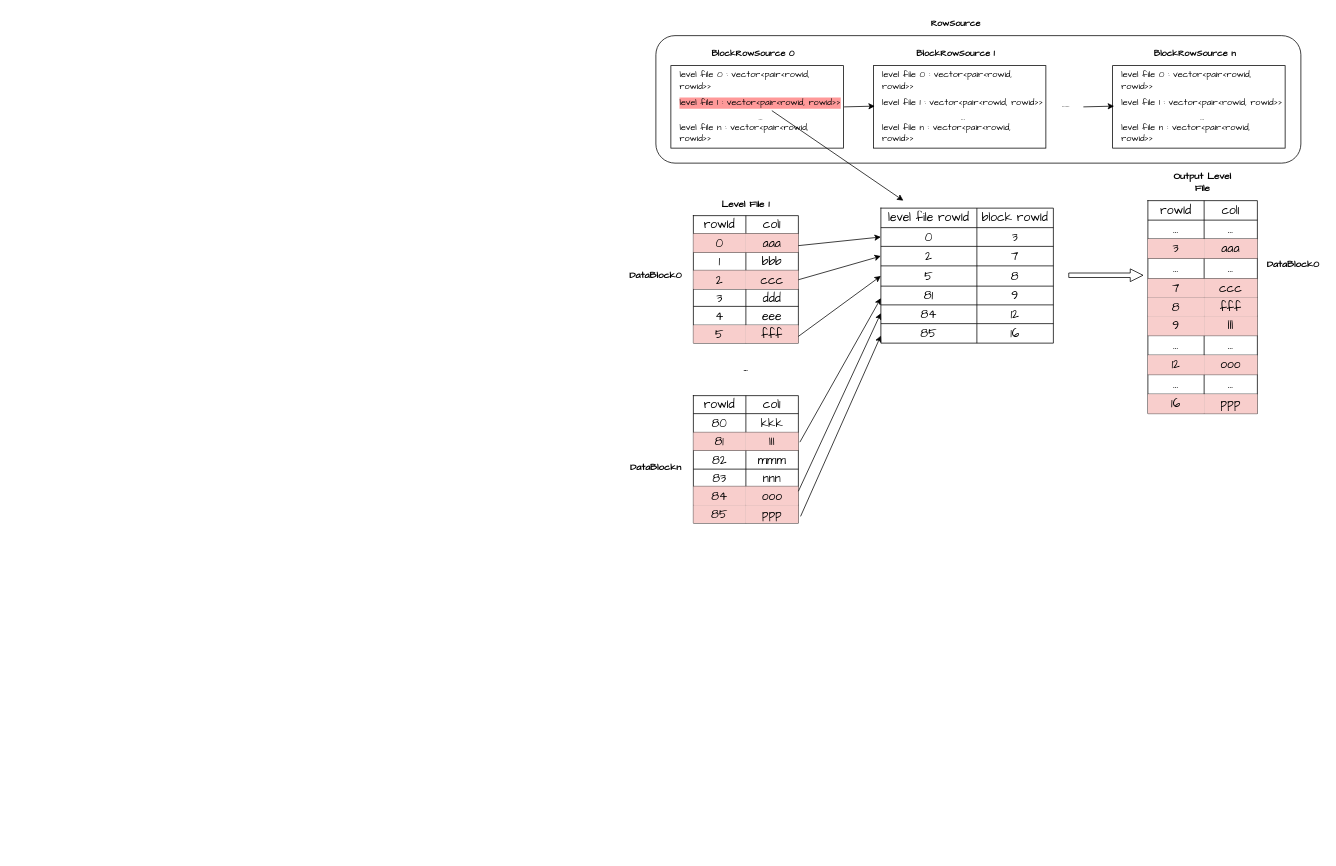
Above: compact.drawio in yeqiyi/drawIO (draw.io), before the change. Source tidied: cells renumbered, new cells numbered last; positions are measured from the earlier drawing's top-left corner, leaving out a move shared by most shapes. Both pictures are drawn from the tidied source at 75%, with x=0, y=0 at pixel (626, 13).
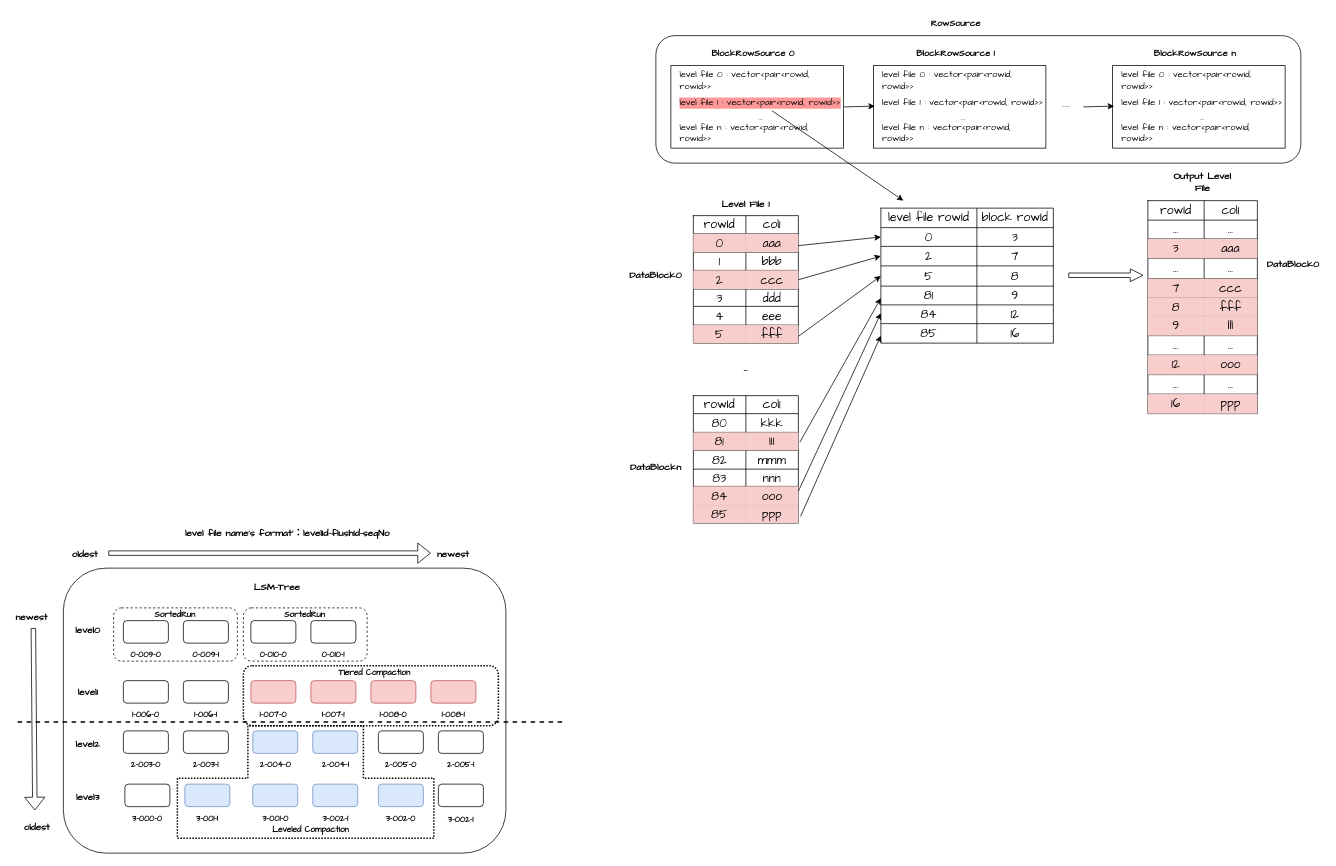
The same diagram, later.

The edit, as a diff of the source:
```diff
@@
+    <mxCell id="139" style="rounded=1;whiteSpace=wrap;html=1;fillColor=none;" parent="1" vertex="1">
+      <mxGeometry x="-750" y="740" width="590" height="380" as="geometry" />
+    </mxCell>
+    <mxCell id="140" style="shape=tee;whiteSpace=wrap;html=1;rotation=-180;fillColor=none;dashed=1;dx=154;dy=80;strokeWidth=2;dashPattern=1 1;" parent="1" vertex="1">
+      <mxGeometry x="-598" y="950" width="342" height="150" as="geometry" />
+    </mxCell>
+    <mxCell id="141" style="rounded=1;whiteSpace=wrap;html=1;fillColor=none;dashed=1;strokeWidth=2;dashPattern=1 1;" parent="1" vertex="1">
+      <mxGeometry x="-510" y="870" width="340" height="80" as="geometry" />
+    </mxCell>
+    <mxCell id="142" style="rounded=1;whiteSpace=wrap;html=1;fillColor=none;dashed=1;" parent="1" vertex="1">
+      <mxGeometry x="-510" y="793" width="165" height="71" as="geometry" />
+    </mxCell>
+    <mxCell id="143" style="rounded=1;whiteSpace=wrap;html=1;fillColor=none;dashed=1;" parent="1" vertex="1">
+      <mxGeometry x="-683" y="793" width="165" height="71" as="geometry" />
+    </mxCell>
@@
+    <mxCell id="144" style="rounded=1;whiteSpace=wrap;html=1;" parent="1" vertex="1">
+      <mxGeometry x="-670" y="810" width="60" height="30" as="geometry" />
+    </mxCell>
+    <mxCell id="145" value="&lt;font style=&quot;font-size: 11px;&quot;&gt;0-009-0&lt;/font&gt;" style="text;html=1;align=center;verticalAlign=middle;whiteSpace=wrap;rounded=0;fontFamily=Comic Sans MS;fontStyle=1;fontSize=11;" parent="1" vertex="1">
+      <mxGeometry x="-680" y="840" width="80" height="30" as="geometry" />
+    </mxCell>
+    <mxCell id="146" value="&lt;font style=&quot;font-size: 13px;&quot;&gt;level file name‘s format’：levelId-flushId-seqNo&lt;/font&gt;" style="text;html=1;align=center;verticalAlign=middle;whiteSpace=wrap;rounded=0;fontFamily=Comic Sans MS;fontStyle=1;fontSize=13;" parent="1" vertex="1">
+      <mxGeometry x="-632" y="680" width="362" height="25" as="geometry" />
+    </mxCell>
+    <mxCell id="147" value="LSM-Tree" style="text;html=1;align=center;verticalAlign=middle;whiteSpace=wrap;rounded=0;fontFamily=Comic Sans MS;fontStyle=1;fontSize=13;" parent="1" vertex="1">
+      <mxGeometry x="-580" y="750" width="230" height="30" as="geometry" />
+    </mxCell>
+    <mxCell id="148" value="level0" style="text;html=1;align=center;verticalAlign=middle;whiteSpace=wrap;rounded=0;fontFamily=Comic Sans MS;fontStyle=1;fontSize=13;" parent="1" vertex="1">
+      <mxGeometry x="-742" y="808" width="50" height="30" as="geometry" />
+    </mxCell>
+    <mxCell id="149" style="rounded=1;whiteSpace=wrap;html=1;" parent="1" vertex="1">
+      <mxGeometry x="-590" y="810" width="60" height="30" as="geometry" />
+    </mxCell>
+    <mxCell id="150" value="&lt;font style=&quot;font-size: 11px;&quot;&gt;0-009-1&lt;/font&gt;" style="text;html=1;align=center;verticalAlign=middle;whiteSpace=wrap;rounded=0;fontFamily=Comic Sans MS;fontStyle=1;fontSize=11;" parent="1" vertex="1">
+      <mxGeometry x="-600" y="840" width="80" height="30" as="geometry" />
+    </mxCell>
+    <mxCell id="151" style="rounded=1;whiteSpace=wrap;html=1;" parent="1" vertex="1">
+      <mxGeometry x="-500" y="810" width="60" height="30" as="geometry" />
+    </mxCell>
+    <mxCell id="152" value="&lt;font style=&quot;font-size: 11px;&quot;&gt;0-010-0&lt;/font&gt;" style="text;html=1;align=center;verticalAlign=middle;whiteSpace=wrap;rounded=0;fontFamily=Comic Sans MS;fontStyle=1;fontSize=11;" parent="1" vertex="1">
+      <mxGeometry x="-510" y="840" width="80" height="30" as="geometry" />
+    </mxCell>
+    <mxCell id="153" value="&lt;font style=&quot;font-size: 11px;&quot;&gt;0-010-1&lt;/font&gt;" style="text;html=1;align=center;verticalAlign=middle;whiteSpace=wrap;rounded=0;fontFamily=Comic Sans MS;fontStyle=1;fontSize=11;" parent="1" vertex="1">
+      <mxGeometry x="-430" y="840" width="80" height="30" as="geometry" />
+    </mxCell>
+    <mxCell id="154" style="rounded=1;whiteSpace=wrap;html=1;" parent="1" vertex="1">
+      <mxGeometry x="-420" y="810" width="60" height="30" as="geometry" />
+    </mxCell>
+    <mxCell id="155" style="shape=flexArrow;endArrow=classic;html=1;rounded=0;width=6;endSize=5.34;" parent="1" edge="1">
+      <mxGeometry relative="1" as="geometry">
+        <mxPoint x="-690" y="720" as="sourcePoint" />
+        <mxPoint x="-260" y="720" as="targetPoint" />
+      </mxGeometry>
+    </mxCell>
+    <mxCell id="156" value="newest" style="text;html=1;align=center;verticalAlign=middle;whiteSpace=wrap;rounded=0;fontFamily=Comic Sans MS;fontStyle=1;fontSize=13;" parent="1" vertex="1">
+      <mxGeometry x="-255" y="706" width="50" height="30" as="geometry" />
+    </mxCell>
+    <mxCell id="157" value="oldest" style="text;html=1;align=center;verticalAlign=middle;whiteSpace=wrap;rounded=0;fontFamily=Comic Sans MS;fontStyle=1;fontSize=13;" parent="1" vertex="1">
+      <mxGeometry x="-746" y="706" width="50" height="30" as="geometry" />
+    </mxCell>
+    <mxCell id="158" style="shape=flexArrow;endArrow=classic;html=1;rounded=0;width=6;endSize=5.34;" parent="1" edge="1">
+      <mxGeometry relative="1" as="geometry">
+        <mxPoint x="-790" y="820" as="sourcePoint" />
+        <mxPoint x="-788" y="1063" as="targetPoint" />
+      </mxGeometry>
+    </mxCell>
+    <mxCell id="159" value="newest" style="text;html=1;align=center;verticalAlign=middle;whiteSpace=wrap;rounded=0;fontFamily=Comic Sans MS;fontStyle=1;fontSize=13;" parent="1" vertex="1">
+      <mxGeometry x="-817" y="790" width="50" height="30" as="geometry" />
+    </mxCell>
+    <mxCell id="160" value="oldest" style="text;html=1;align=center;verticalAlign=middle;whiteSpace=wrap;rounded=0;fontFamily=Comic Sans MS;fontStyle=1;fontSize=13;" parent="1" vertex="1">
+      <mxGeometry x="-810" y="1070" width="50" height="30" as="geometry" />
+    </mxCell>
+    <mxCell id="161" value="level1" style="text;html=1;align=center;verticalAlign=middle;whiteSpace=wrap;rounded=0;fontFamily=Comic Sans MS;fontStyle=1;fontSize=13;" parent="1" vertex="1">
+      <mxGeometry x="-742" y="890" width="50" height="30" as="geometry" />
+    </mxCell>
+    <mxCell id="162" value="level2" style="text;html=1;align=center;verticalAlign=middle;whiteSpace=wrap;rounded=0;fontFamily=Comic Sans MS;fontStyle=1;fontSize=13;" parent="1" vertex="1">
+      <mxGeometry x="-742" y="960" width="50" height="30" as="geometry" />
+    </mxCell>
+    <mxCell id="163" value="level3" style="text;html=1;align=center;verticalAlign=middle;whiteSpace=wrap;rounded=0;fontFamily=Comic Sans MS;fontStyle=1;fontSize=13;" parent="1" vertex="1">
+      <mxGeometry x="-742" y="1030" width="50" height="30" as="geometry" />
+    </mxCell>
+    <mxCell id="164" value="&lt;font style=&quot;font-size: 11px;&quot;&gt;SortedRun&lt;/font&gt;" style="text;html=1;align=center;verticalAlign=middle;whiteSpace=wrap;rounded=0;fontFamily=Comic Sans MS;fontStyle=1;fontSize=11;" parent="1" vertex="1">
+      <mxGeometry x="-641" y="787" width="80" height="30" as="geometry" />
+    </mxCell>
+    <mxCell id="165" value="&lt;font style=&quot;font-size: 11px;&quot;&gt;SortedRun&lt;/font&gt;" style="text;html=1;align=center;verticalAlign=middle;whiteSpace=wrap;rounded=0;fontFamily=Comic Sans MS;fontStyle=1;fontSize=11;" parent="1" vertex="1">
+      <mxGeometry x="-468" y="787" width="80" height="30" as="geometry" />
+    </mxCell>
+    <mxCell id="166" style="rounded=1;whiteSpace=wrap;html=1;" parent="1" vertex="1">
+      <mxGeometry x="-670" y="890" width="60" height="30" as="geometry" />
+    </mxCell>
+    <mxCell id="167" style="rounded=1;whiteSpace=wrap;html=1;" parent="1" vertex="1">
+      <mxGeometry x="-590" y="890" width="60" height="30" as="geometry" />
+    </mxCell>
+    <mxCell id="168" value="&lt;font style=&quot;font-size: 11px;&quot;&gt;1-006-0&lt;/font&gt;" style="text;html=1;align=center;verticalAlign=middle;whiteSpace=wrap;rounded=0;fontFamily=Comic Sans MS;fontStyle=1;fontSize=11;" parent="1" vertex="1">
+      <mxGeometry x="-680" y="920" width="80" height="30" as="geometry" />
+    </mxCell>
+    <mxCell id="169" value="&lt;font style=&quot;font-size: 11px;&quot;&gt;1-006-1&lt;/font&gt;" style="text;html=1;align=center;verticalAlign=middle;whiteSpace=wrap;rounded=0;fontFamily=Comic Sans MS;fontStyle=1;fontSize=11;" parent="1" vertex="1">
+      <mxGeometry x="-600" y="920" width="80" height="30" as="geometry" />
+    </mxCell>
+    <mxCell id="170" style="rounded=1;whiteSpace=wrap;html=1;fillColor=#f8cecc;strokeColor=#b85450;" parent="1" vertex="1">
+      <mxGeometry x="-420" y="890" width="60" height="30" as="geometry" />
+    </mxCell>
+    <mxCell id="171" value="&lt;font style=&quot;font-size: 11px;&quot;&gt;1-007-1&lt;/font&gt;" style="text;html=1;align=center;verticalAlign=middle;whiteSpace=wrap;rounded=0;fontFamily=Comic Sans MS;fontStyle=1;fontSize=11;" parent="1" vertex="1">
+      <mxGeometry x="-430" y="920" width="80" height="30" as="geometry" />
+    </mxCell>
+    <mxCell id="172" style="rounded=1;whiteSpace=wrap;html=1;fillColor=#f8cecc;strokeColor=#b85450;" parent="1" vertex="1">
+      <mxGeometry x="-500" y="890" width="60" height="30" as="geometry" />
+    </mxCell>
+    <mxCell id="173" value="&lt;font style=&quot;font-size: 11px;&quot;&gt;1-007-0&lt;/font&gt;" style="text;html=1;align=center;verticalAlign=middle;whiteSpace=wrap;rounded=0;fontFamily=Comic Sans MS;fontStyle=1;fontSize=11;" parent="1" vertex="1">
+      <mxGeometry x="-510" y="920" width="80" height="30" as="geometry" />
+    </mxCell>
+    <mxCell id="174" style="rounded=1;whiteSpace=wrap;html=1;" parent="1" vertex="1">
+      <mxGeometry x="-590" y="957" width="60" height="30" as="geometry" />
+    </mxCell>
+    <mxCell id="175" value="&lt;font style=&quot;font-size: 11px;&quot;&gt;2-003-1&lt;/font&gt;" style="text;html=1;align=center;verticalAlign=middle;whiteSpace=wrap;rounded=0;fontFamily=Comic Sans MS;fontStyle=1;fontSize=11;" parent="1" vertex="1">
+      <mxGeometry x="-600" y="987" width="80" height="30" as="geometry" />
+    </mxCell>
+    <mxCell id="176" style="rounded=1;whiteSpace=wrap;html=1;" parent="1" vertex="1">
+      <mxGeometry x="-670" y="957" width="60" height="30" as="geometry" />
+    </mxCell>
+    <mxCell id="177" value="&lt;font style=&quot;font-size: 11px;&quot;&gt;2-003-0&lt;/font&gt;" style="text;html=1;align=center;verticalAlign=middle;whiteSpace=wrap;rounded=0;fontFamily=Comic Sans MS;fontStyle=1;fontSize=11;" parent="1" vertex="1">
+      <mxGeometry x="-680" y="987" width="80" height="30" as="geometry" />
+    </mxCell>
+    <mxCell id="178" style="rounded=1;whiteSpace=wrap;html=1;fillColor=#dae8fc;strokeColor=#6c8ebf;" parent="1" vertex="1">
+      <mxGeometry x="-417.5" y="957" width="60" height="30" as="geometry" />
+    </mxCell>
+    <mxCell id="179" value="&lt;font style=&quot;font-size: 11px;&quot;&gt;2-004-1&lt;/font&gt;" style="text;html=1;align=center;verticalAlign=middle;whiteSpace=wrap;rounded=0;fontFamily=Comic Sans MS;fontStyle=1;fontSize=11;" parent="1" vertex="1">
+      <mxGeometry x="-427.5" y="987" width="80" height="30" as="geometry" />
+    </mxCell>
+    <mxCell id="180" style="rounded=1;whiteSpace=wrap;html=1;fillColor=#dae8fc;strokeColor=#6c8ebf;" parent="1" vertex="1">
+      <mxGeometry x="-497.5" y="957" width="60" height="30" as="geometry" />
+    </mxCell>
+    <mxCell id="181" value="&lt;font style=&quot;font-size: 11px;&quot;&gt;2-004-0&lt;/font&gt;" style="text;html=1;align=center;verticalAlign=middle;whiteSpace=wrap;rounded=0;fontFamily=Comic Sans MS;fontStyle=1;fontSize=11;" parent="1" vertex="1">
+      <mxGeometry x="-507.5" y="987" width="80" height="30" as="geometry" />
+    </mxCell>
+    <mxCell id="182" style="rounded=1;whiteSpace=wrap;html=1;fillColor=#dae8fc;strokeColor=#6c8ebf;" parent="1" vertex="1">
+      <mxGeometry x="-588" y="1028" width="60" height="30" as="geometry" />
+    </mxCell>
+    <mxCell id="183" value="&lt;font style=&quot;font-size: 11px;&quot;&gt;3-001-1&lt;/font&gt;" style="text;html=1;align=center;verticalAlign=middle;whiteSpace=wrap;rounded=0;fontFamily=Comic Sans MS;fontStyle=1;fontSize=11;" parent="1" vertex="1">
+      <mxGeometry x="-598" y="1058" width="80" height="30" as="geometry" />
+    </mxCell>
+    <mxCell id="184" style="rounded=1;whiteSpace=wrap;html=1;" parent="1" vertex="1">
+      <mxGeometry x="-668" y="1028" width="60" height="30" as="geometry" />
+    </mxCell>
+    <mxCell id="185" value="&lt;font style=&quot;font-size: 11px;&quot;&gt;3-000-0&lt;/font&gt;" style="text;html=1;align=center;verticalAlign=middle;whiteSpace=wrap;rounded=0;fontFamily=Comic Sans MS;fontStyle=1;fontSize=11;" parent="1" vertex="1">
+      <mxGeometry x="-678" y="1058" width="80" height="30" as="geometry" />
+    </mxCell>
+    <mxCell id="186" style="rounded=1;whiteSpace=wrap;html=1;fillColor=#dae8fc;strokeColor=#6c8ebf;" parent="1" vertex="1">
+      <mxGeometry x="-417.5" y="1028" width="60" height="30" as="geometry" />
+    </mxCell>
+    <mxCell id="187" value="&lt;font style=&quot;font-size: 11px;&quot;&gt;3-002-1&lt;/font&gt;" style="text;html=1;align=center;verticalAlign=middle;whiteSpace=wrap;rounded=0;fontFamily=Comic Sans MS;fontStyle=1;fontSize=11;" parent="1" vertex="1">
+      <mxGeometry x="-427.5" y="1058" width="80" height="30" as="geometry" />
+    </mxCell>
+    <mxCell id="188" style="rounded=1;whiteSpace=wrap;html=1;fillColor=#dae8fc;strokeColor=#6c8ebf;" parent="1" vertex="1">
+      <mxGeometry x="-497.5" y="1028" width="60" height="30" as="geometry" />
+    </mxCell>
+    <mxCell id="189" value="&lt;font style=&quot;font-size: 11px;&quot;&gt;3-001-0&lt;/font&gt;" style="text;html=1;align=center;verticalAlign=middle;whiteSpace=wrap;rounded=0;fontFamily=Comic Sans MS;fontStyle=1;fontSize=11;" parent="1" vertex="1">
+      <mxGeometry x="-507.5" y="1058" width="80" height="30" as="geometry" />
+    </mxCell>
+    <mxCell id="190" style="rounded=1;whiteSpace=wrap;html=1;fillColor=#f8cecc;strokeColor=#b85450;" parent="1" vertex="1">
+      <mxGeometry x="-340" y="890" width="60" height="30" as="geometry" />
+    </mxCell>
+    <mxCell id="191" style="rounded=1;whiteSpace=wrap;html=1;fillColor=#f8cecc;strokeColor=#b85450;" parent="1" vertex="1">
+      <mxGeometry x="-260" y="890" width="60" height="30" as="geometry" />
+    </mxCell>
+    <mxCell id="192" value="&lt;font style=&quot;font-size: 11px;&quot;&gt;1-008-1&lt;/font&gt;" style="text;html=1;align=center;verticalAlign=middle;whiteSpace=wrap;rounded=0;fontFamily=Comic Sans MS;fontStyle=1;fontSize=11;" parent="1" vertex="1">
+      <mxGeometry x="-270" y="920" width="80" height="30" as="geometry" />
+    </mxCell>
+    <mxCell id="193" value="&lt;font style=&quot;font-size: 11px;&quot;&gt;1-008-0&lt;/font&gt;" style="text;html=1;align=center;verticalAlign=middle;whiteSpace=wrap;rounded=0;fontFamily=Comic Sans MS;fontStyle=1;fontSize=11;" parent="1" vertex="1">
+      <mxGeometry x="-350" y="920" width="80" height="30" as="geometry" />
+    </mxCell>
+    <mxCell id="194" value="&lt;font style=&quot;font-size: 11px;&quot;&gt;Tiered Compaction&lt;/font&gt;" style="text;html=1;align=center;verticalAlign=middle;whiteSpace=wrap;rounded=0;fontFamily=Comic Sans MS;fontStyle=1;fontSize=11;" parent="1" vertex="1">
+      <mxGeometry x="-400" y="864" width="130" height="30" as="geometry" />
+    </mxCell>
+    <mxCell id="195" style="endArrow=none;dashed=1;html=1;strokeWidth=2;rounded=0;" parent="1" edge="1">
+      <mxGeometry relative="1" as="geometry">
+        <mxPoint x="-811" y="945" as="sourcePoint" />
+        <mxPoint x="-81" y="945" as="targetPoint" />
+      </mxGeometry>
+    </mxCell>
+    <mxCell id="196" value="&lt;font style=&quot;font-size: 11px;&quot;&gt;Leveled Compaction&lt;/font&gt;" style="text;html=1;align=center;verticalAlign=middle;whiteSpace=wrap;rounded=0;fontFamily=Comic Sans MS;fontStyle=1;fontSize=11;" parent="1" vertex="1">
+      <mxGeometry x="-480" y="1073" width="120" height="30" as="geometry" />
+    </mxCell>
+    <mxCell id="197" style="rounded=1;whiteSpace=wrap;html=1;" parent="1" vertex="1">
+      <mxGeometry x="-250" y="957" width="60" height="30" as="geometry" />
+    </mxCell>
+    <mxCell id="198" style="rounded=1;whiteSpace=wrap;html=1;" parent="1" vertex="1">
+      <mxGeometry x="-330" y="957" width="60" height="30" as="geometry" />
+    </mxCell>
+    <mxCell id="199" value="&lt;font style=&quot;font-size: 11px;&quot;&gt;2-005-0&lt;/font&gt;" style="text;html=1;align=center;verticalAlign=middle;whiteSpace=wrap;rounded=0;fontFamily=Comic Sans MS;fontStyle=1;fontSize=11;" parent="1" vertex="1">
+      <mxGeometry x="-340" y="987" width="80" height="30" as="geometry" />
+    </mxCell>
+    <mxCell id="200" value="&lt;font style=&quot;font-size: 11px;&quot;&gt;2-005-1&lt;/font&gt;" style="text;html=1;align=center;verticalAlign=middle;whiteSpace=wrap;rounded=0;fontFamily=Comic Sans MS;fontStyle=1;fontSize=11;" parent="1" vertex="1">
+      <mxGeometry x="-260" y="987" width="80" height="30" as="geometry" />
+    </mxCell>
+    <mxCell id="201" style="rounded=1;whiteSpace=wrap;html=1;" parent="1" vertex="1">
+      <mxGeometry x="-250" y="1028" width="60" height="30" as="geometry" />
+    </mxCell>
+    <mxCell id="202" style="rounded=1;whiteSpace=wrap;html=1;fillColor=#dae8fc;strokeColor=#6c8ebf;" parent="1" vertex="1">
+      <mxGeometry x="-330" y="1028" width="60" height="30" as="geometry" />
+    </mxCell>
+    <mxCell id="203" value="&lt;font style=&quot;font-size: 11px;&quot;&gt;3-002-0&lt;/font&gt;" style="text;html=1;align=center;verticalAlign=middle;whiteSpace=wrap;rounded=0;fontFamily=Comic Sans MS;fontStyle=1;fontSize=11;" parent="1" vertex="1">
+      <mxGeometry x="-340" y="1058" width="80" height="30" as="geometry" />
+    </mxCell>
+    <mxCell id="204" value="&lt;font style=&quot;font-size: 11px;&quot;&gt;3-002-1&lt;/font&gt;" style="text;html=1;align=center;verticalAlign=middle;whiteSpace=wrap;rounded=0;fontFamily=Comic Sans MS;fontStyle=1;fontSize=11;" parent="1" vertex="1">
+      <mxGeometry x="-260" y="1060" width="80" height="30" as="geometry" />
+    </mxCell>
```
